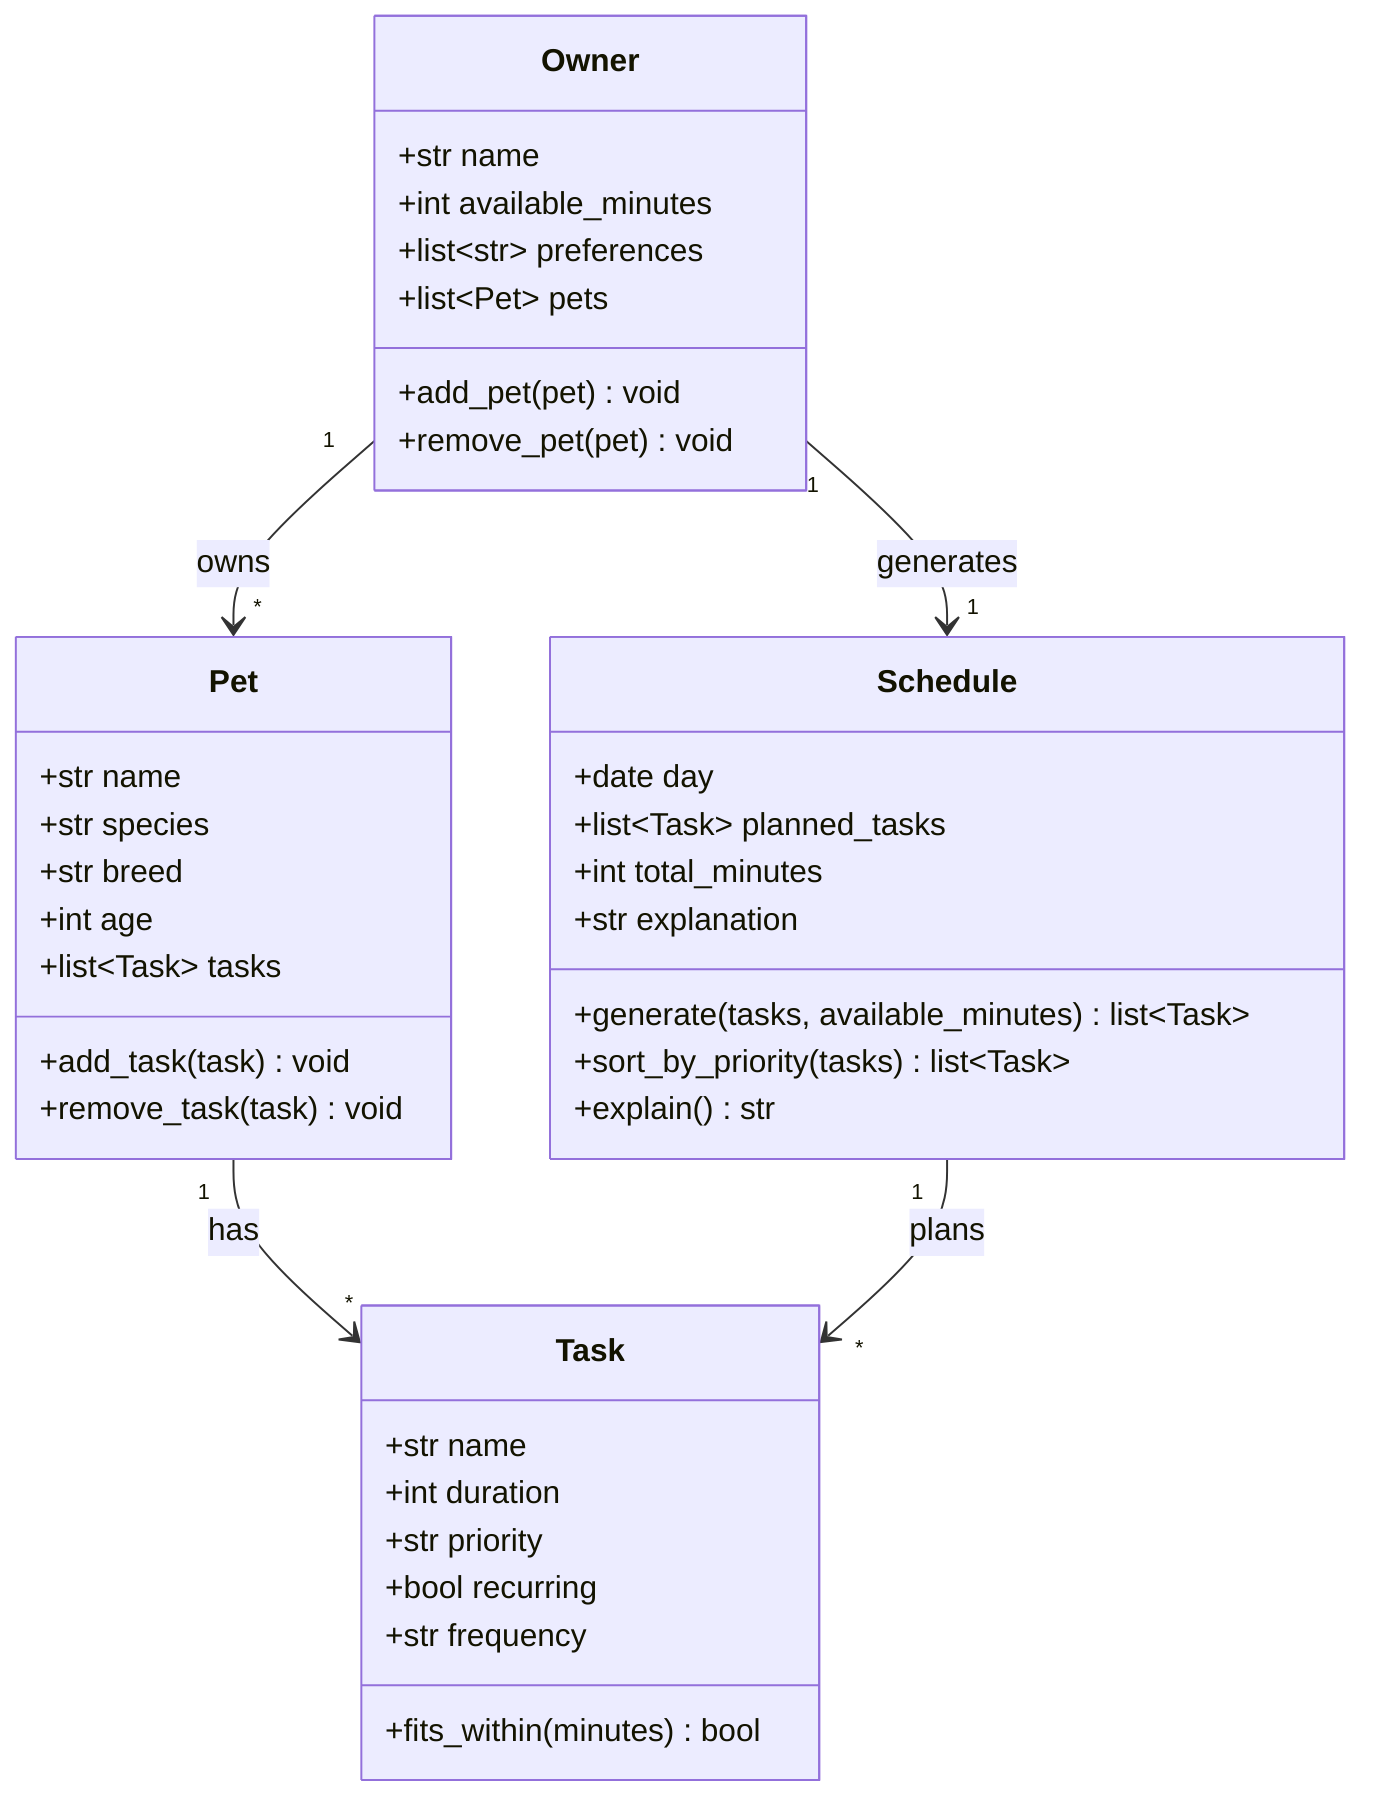
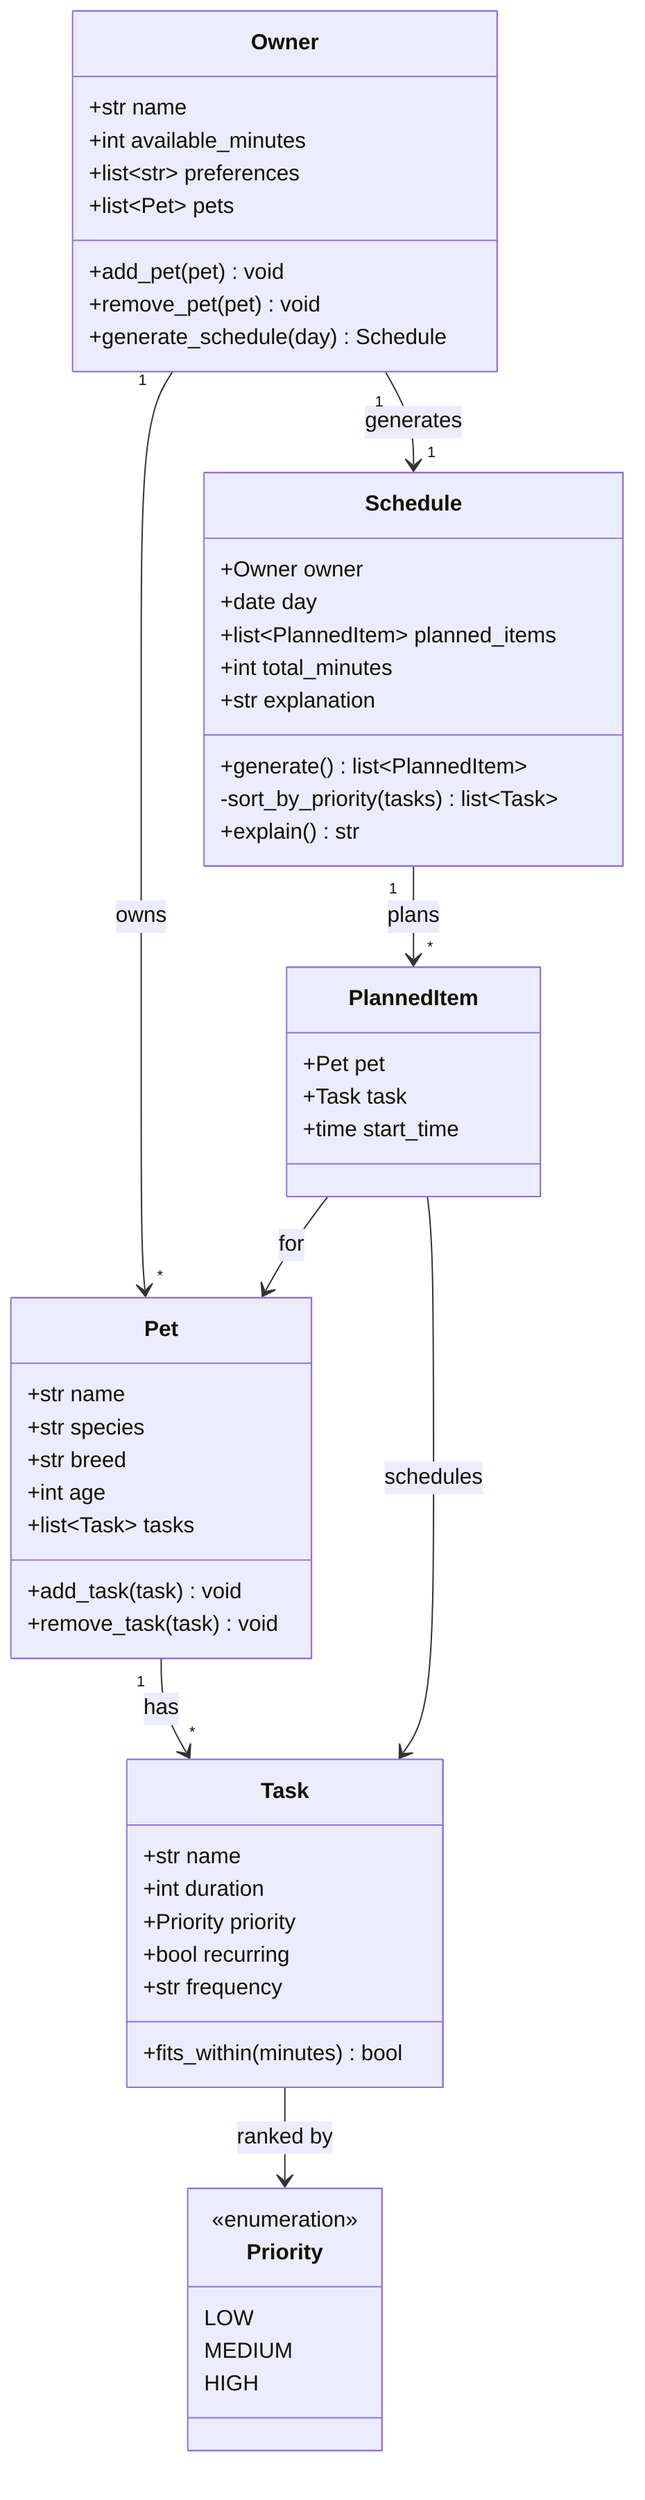
classDiagram
    %% PawPal+ class diagram — keep this updated as your implementation evolves.
+ 
+     class Priority {
+         <<enumeration>>
+         LOW
+         MEDIUM
+         HIGH
+     }

    class Owner {
        +str name
        +int available_minutes
        +list~str~ preferences
        +list~Pet~ pets
        +add_pet(pet) void
        +remove_pet(pet) void
+         +generate_schedule(day) Schedule
    }

    class Pet {
        +str name
        +str species
        +str breed
        +int age
        +list~Task~ tasks
        +add_task(task) void
        +remove_task(task) void
    }

    class Task {
        +str name
        +int duration
-         +str priority
+         +Priority priority
        +bool recurring
        +str frequency
        +fits_within(minutes) bool
    }

+     class PlannedItem {
+         +Pet pet
+         +Task task
+         +time start_time
+     }
+ 
    class Schedule {
+         +Owner owner
        +date day
-         +list~Task~ planned_tasks
+         +list~PlannedItem~ planned_items
        +int total_minutes
        +str explanation
-         +generate(tasks, available_minutes) list~Task~
-         +sort_by_priority(tasks) list~Task~
+         +generate() list~PlannedItem~
+         -sort_by_priority(tasks) list~Task~
        +explain() str
    }

    Owner "1" --> "*" Pet : owns
    Pet "1" --> "*" Task : has
    Owner "1" --> "1" Schedule : generates
-     Schedule "1" --> "*" Task : plans
+     Schedule "1" --> "*" PlannedItem : plans
+     PlannedItem --> Pet : for
+     PlannedItem --> Task : schedules
+     Task --> Priority : ranked by
